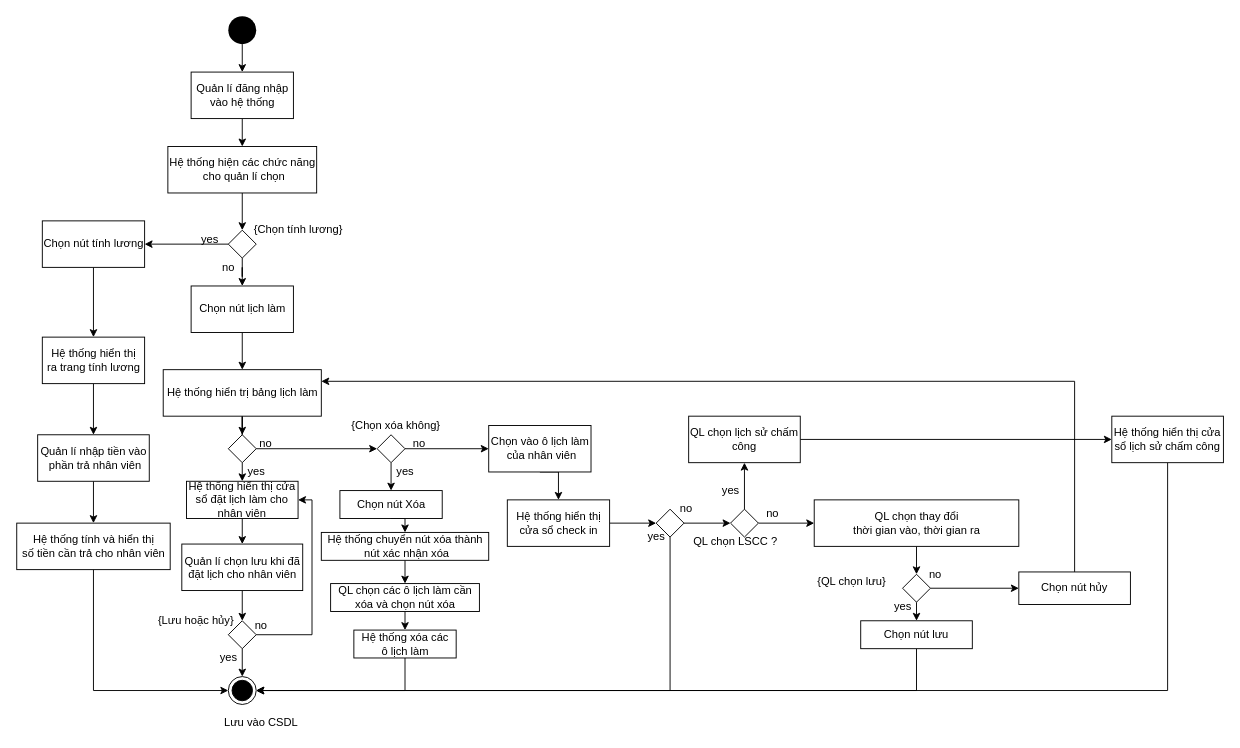
Earlier version of the draw.io diagram Phân tích/Activity/Chấm công.drawio (CNPM-Team-1/CNPM). Source tidied: cells renumbered, new cells numbered last; positions are measured from the earlier drawing's top-left corner, leaving out a move shared by most shapes. Both pictures are drawn from the tidied source at 93%, with x=0, y=0 at pixel (16, 16).
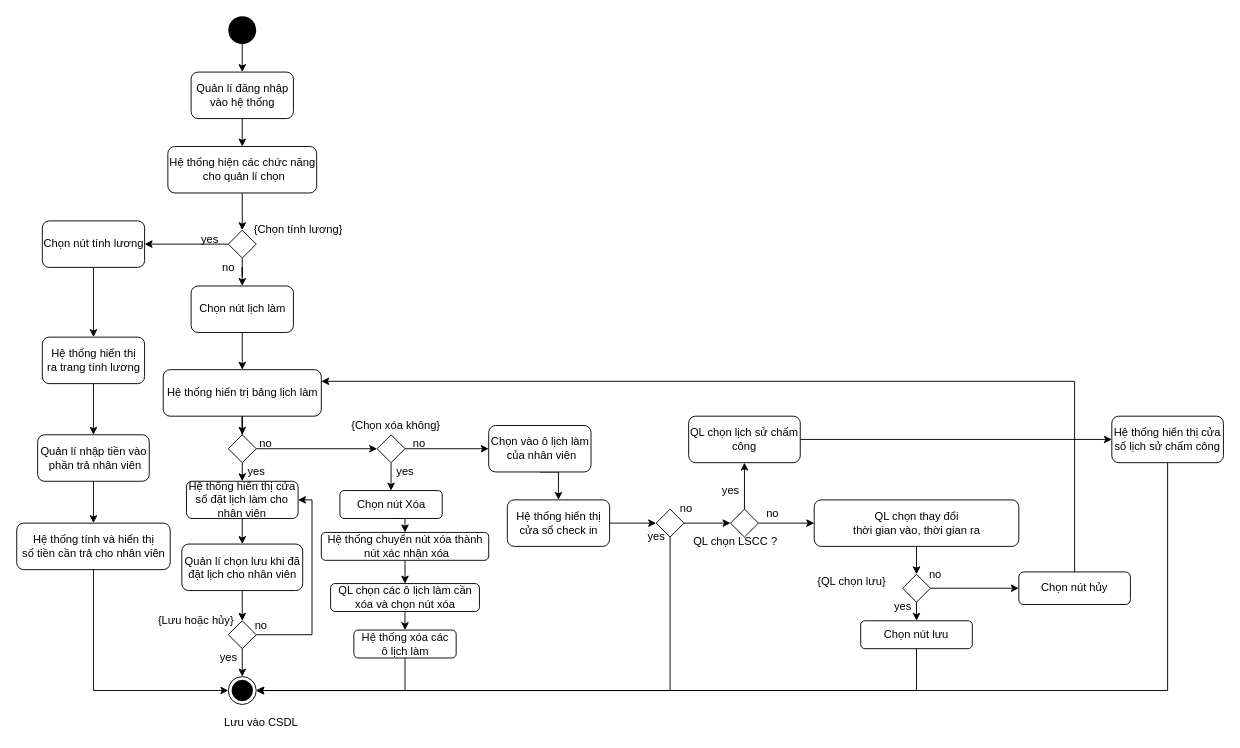
Above is the later version.

Commit message (it also covers changes not shown here):
Update UseCase Format, Activity Diagram

Diff of the diagram source:
```diff
@@
-    <mxCell id="3" value="Quản lí đăng nhập &lt;br&gt;vào hệ thống" style="html=1;" parent="1" vertex="1">
+    <mxCell id="3" value="Quản lí đăng nhập &lt;br&gt;vào hệ thống" style="html=1;rounded=1;" parent="1" vertex="1">
       <mxGeometry x="188" y="60" width="110" height="50" as="geometry" />
     </mxCell>
@@
-    <mxCell id="5" value="Hệ thống hiện các chức năng&lt;br&gt;&amp;nbsp;cho quản lí chọn" style="html=1;" parent="1" vertex="1">
+    <mxCell id="5" value="Hệ thống hiện các chức năng&lt;br&gt;&amp;nbsp;cho quản lí chọn" style="html=1;rounded=1;" parent="1" vertex="1">
       <mxGeometry x="163" y="140" width="160" height="50" as="geometry" />
     </mxCell>
@@
-    <mxCell id="7" value="Chọn nút lịch làm" style="html=1;" parent="1" vertex="1">
+    <mxCell id="7" value="Chọn nút lịch làm" style="html=1;rounded=1;" parent="1" vertex="1">
       <mxGeometry x="188" y="290" width="110" height="50" as="geometry" />
     </mxCell>
@@
-    <mxCell id="9" value="Hệ thống hiển trị bảng lịch làm" style="html=1;" parent="1" vertex="1">
+    <mxCell id="9" value="Hệ thống hiển trị bảng lịch làm" style="html=1;rounded=1;" parent="1" vertex="1">
       <mxGeometry x="158" y="380" width="170" height="50" as="geometry" />
     </mxCell>
@@
-    <mxCell id="11" value="Quản lí chọn lưu khi đã &lt;br&gt;đặt lịch cho nhân viên" style="html=1;" parent="1" vertex="1">
+    <mxCell id="11" value="Quản lí chọn lưu khi đã &lt;br&gt;đặt lịch cho nhân viên" style="html=1;rounded=1;" parent="1" vertex="1">
       <mxGeometry x="178" y="567.5" width="130" height="50" as="geometry" />
     </mxCell>
@@
-    <mxCell id="20" value="Chọn nút tính lương" style="html=1;" parent="1" vertex="1">
+    <mxCell id="20" value="Chọn nút tính lương" style="html=1;rounded=1;" parent="1" vertex="1">
       <mxGeometry x="28" y="220" width="110" height="50" as="geometry" />
     </mxCell>
@@
-    <mxCell id="22" value="Hệ thống hiển thị&lt;br&gt;ra trang tính lương" style="html=1;" parent="1" vertex="1">
+    <mxCell id="22" value="Hệ thống hiển thị&lt;br&gt;ra trang tính lương" style="html=1;rounded=1;" parent="1" vertex="1">
       <mxGeometry x="28" y="345" width="110" height="50" as="geometry" />
     </mxCell>
@@
-    <mxCell id="24" value="Quản lí nhập tiền vào&lt;br&gt;&amp;nbsp;phần trả nhân viên" style="html=1;" parent="1" vertex="1">
+    <mxCell id="24" value="Quản lí nhập tiền vào&lt;br&gt;&amp;nbsp;phần trả nhân viên" style="html=1;rounded=1;" parent="1" vertex="1">
       <mxGeometry x="23" y="450" width="120" height="50" as="geometry" />
     </mxCell>
@@
-    <mxCell id="26" value="Hệ thống tính và hiển thị&lt;br&gt;số tiền cần trả cho nhân viên" style="html=1;" parent="1" vertex="1">
+    <mxCell id="26" value="Hệ thống tính và hiển thị&lt;br&gt;số tiền cần trả cho nhân viên" style="html=1;rounded=1;" parent="1" vertex="1">
       <mxGeometry x="0.5" y="545" width="165" height="50" as="geometry" />
     </mxCell>
@@
-    <mxCell id="31" value="Chọn vào ô lịch làm&lt;br&gt;&amp;nbsp;của nhân viên" style="html=1;" parent="1" vertex="1">
+    <mxCell id="31" value="Chọn vào ô lịch làm&lt;br&gt;&amp;nbsp;của nhân viên" style="html=1;rounded=1;" parent="1" vertex="1">
       <mxGeometry x="508" y="440" width="110" height="50" as="geometry" />
     </mxCell>
@@
-    <mxCell id="36" value="Chọn nút Xóa" style="html=1;" parent="1" vertex="1">
+    <mxCell id="36" value="Chọn nút Xóa" style="html=1;rounded=1;" parent="1" vertex="1">
       <mxGeometry x="348" y="510" width="110" height="30" as="geometry" />
     </mxCell>
@@
-    <mxCell id="38" value="Hệ thống chuyển nút xóa thành&lt;br&gt;&amp;nbsp;nút xác nhận xóa" style="html=1;" parent="1" vertex="1">
+    <mxCell id="38" value="Hệ thống chuyển nút xóa thành&lt;br&gt;&amp;nbsp;nút xác nhận xóa" style="html=1;rounded=1;" parent="1" vertex="1">
       <mxGeometry x="328" y="555" width="180" height="30" as="geometry" />
     </mxCell>
@@
-    <mxCell id="40" value="QL chọn các ô lịch làm cần &lt;br&gt;xóa và chọn nút xóa" style="html=1;" parent="1" vertex="1">
+    <mxCell id="40" value="QL chọn các ô lịch làm cần &lt;br&gt;xóa và chọn nút xóa" style="html=1;rounded=1;" parent="1" vertex="1">
       <mxGeometry x="338" y="610" width="160" height="30" as="geometry" />
     </mxCell>
@@
-    <mxCell id="42" value="Hệ thống xóa các&lt;br&gt;ô lịch làm" style="html=1;" parent="1" vertex="1">
+    <mxCell id="42" value="Hệ thống xóa các&lt;br&gt;ô lịch làm" style="html=1;rounded=1;" parent="1" vertex="1">
       <mxGeometry x="363" y="660" width="110" height="30" as="geometry" />
     </mxCell>
@@
-    <mxCell id="44" value="Hệ thống hiển thị &lt;br&gt;cửa sổ check in" style="html=1;" parent="1" vertex="1">
+    <mxCell id="44" value="Hệ thống hiển thị &lt;br&gt;cửa sổ check in" style="html=1;rounded=1;" parent="1" vertex="1">
       <mxGeometry x="528" y="520" width="110" height="50" as="geometry" />
     </mxCell>
@@
-    <mxCell id="49" value="QL chọn thay đổi &lt;br&gt;thời gian vào, thời gian ra" style="html=1;" parent="1" vertex="1">
+    <mxCell id="49" value="QL chọn thay đổi &lt;br&gt;thời gian vào, thời gian ra" style="html=1;rounded=1;" parent="1" vertex="1">
       <mxGeometry x="858" y="520" width="220" height="50" as="geometry" />
     </mxCell>
@@
-    <mxCell id="54" value="Hệ thống hiển thị cửa sổ đặt lịch làm cho nhân viên" style="rounded=0;whiteSpace=wrap;html=1;" parent="1" vertex="1">
+    <mxCell id="54" value="Hệ thống hiển thị cửa sổ đặt lịch làm cho nhân viên" style="rounded=1;whiteSpace=wrap;html=1;" parent="1" vertex="1">
       <mxGeometry x="183" y="500" width="120" height="40" as="geometry" />
     </mxCell>
@@
-    <mxCell id="59" value="Chọn nút lưu" style="rounded=0;whiteSpace=wrap;html=1;" parent="1" vertex="1">
+    <mxCell id="59" value="Chọn nút lưu" style="rounded=1;whiteSpace=wrap;html=1;" parent="1" vertex="1">
       <mxGeometry x="908" y="650" width="120" height="30" as="geometry" />
     </mxCell>
@@
-    <mxCell id="61" value="Chọn nút hủy" style="rounded=0;whiteSpace=wrap;html=1;" parent="1" vertex="1">
+    <mxCell id="61" value="Chọn nút hủy" style="rounded=1;whiteSpace=wrap;html=1;" parent="1" vertex="1">
       <mxGeometry x="1078" y="597.5" width="120" height="35" as="geometry" />
     </mxCell>
@@
-    <mxCell id="63" value="QL chọn lịch sử chấm công" style="rounded=0;whiteSpace=wrap;html=1;" parent="1" vertex="1">
+    <mxCell id="63" value="QL chọn lịch sử chấm công" style="rounded=1;whiteSpace=wrap;html=1;" parent="1" vertex="1">
       <mxGeometry x="723" y="430" width="120" height="50" as="geometry" />
     </mxCell>
@@
-    <mxCell id="65" value="Hệ thống hiển thị cửa sổ lịch sử chấm công" style="rounded=0;whiteSpace=wrap;html=1;" parent="1" vertex="1">
+    <mxCell id="65" value="Hệ thống hiển thị cửa sổ lịch sử chấm công" style="rounded=1;whiteSpace=wrap;html=1;" parent="1" vertex="1">
       <mxGeometry x="1178" y="430" width="120" height="50" as="geometry" />
     </mxCell>
```
